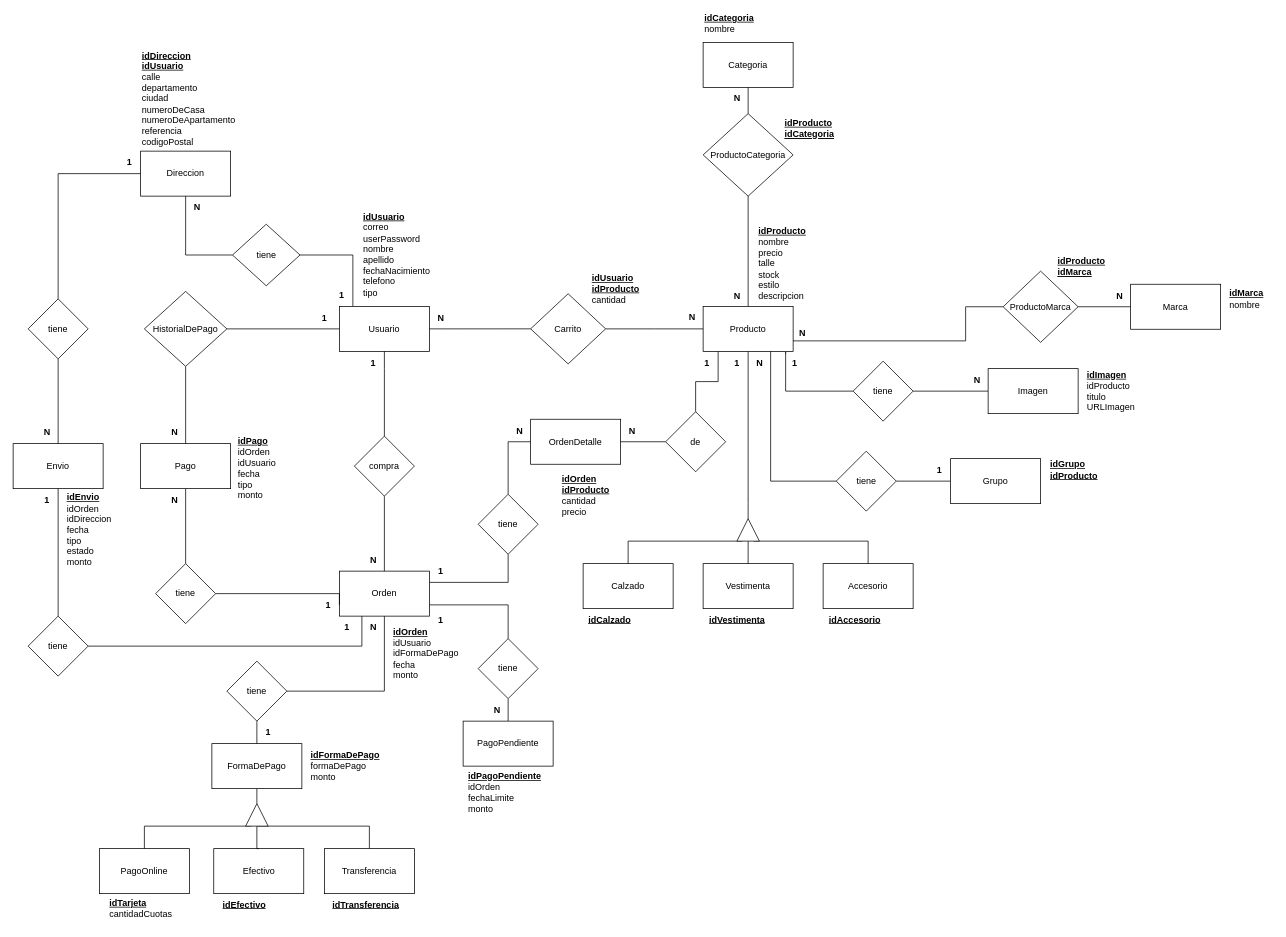
The draw.io diagram documentacion-Ecommerce/MEREcommerce.drawio in YolausGG/ProyectosReact-TrocheGodoy, before the edit. Source tidied: cells renumbered, new cells numbered last; positions are measured from the earlier drawing's top-left corner, leaving out a move shared by most shapes. Both pictures are drawn from the tidied source at 75%, with x=0, y=0 at pixel (13, 16).
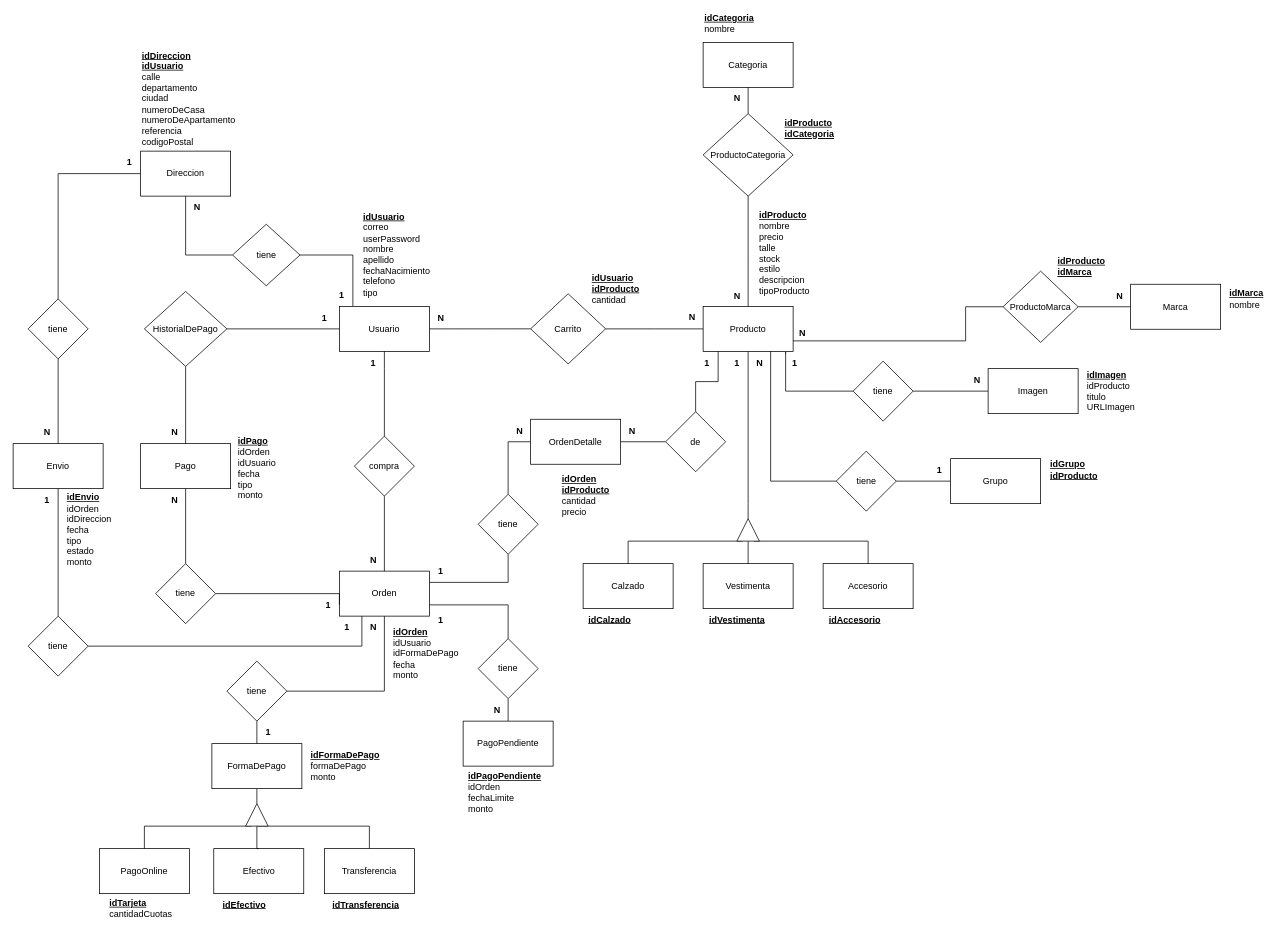
The same page after the edit.

Change to the diagram source:
```diff
@@
-    <mxCell id="29" value="&lt;b style=&quot;border-color: var(--border-color); text-align: center;&quot;&gt;&lt;u style=&quot;border-color: var(--border-color);&quot;&gt;&lt;font style=&quot;border-color: var(--border-color);&quot;&gt;idProducto&lt;/font&gt;&lt;/u&gt;&lt;/b&gt;&lt;span style=&quot;font-weight: normal;&quot;&gt;&lt;br&gt;nombre&lt;br&gt;precio&lt;/span&gt;&lt;div&gt;&lt;span style=&quot;font-weight: normal;&quot;&gt;talle&amp;nbsp;&lt;/span&gt;&lt;/div&gt;&lt;div&gt;&lt;span style=&quot;font-weight: normal;&quot;&gt;stock&lt;/span&gt;&lt;/div&gt;&lt;div&gt;&lt;span style=&quot;font-weight: normal;&quot;&gt;estilo&lt;br&gt;descripcion&lt;br&gt;&lt;/span&gt;&lt;/div&gt;" style="text;html=1;strokeColor=none;fillColor=none;align=left;verticalAlign=middle;whiteSpace=wrap;rounded=0;fontStyle=1;" parent="1" vertex="1">
-      <mxGeometry x="992" y="280" width="100" height="99" as="geometry" />
+    <mxCell id="29" value="&lt;b style=&quot;border-color: var(--border-color); text-align: center;&quot;&gt;&lt;u style=&quot;border-color: var(--border-color);&quot;&gt;&lt;font style=&quot;border-color: var(--border-color);&quot;&gt;idProducto&lt;/font&gt;&lt;/u&gt;&lt;/b&gt;&lt;span style=&quot;font-weight: normal;&quot;&gt;&lt;br&gt;nombre&lt;br&gt;precio&lt;/span&gt;&lt;div&gt;&lt;span style=&quot;font-weight: normal;&quot;&gt;talle&amp;nbsp;&lt;/span&gt;&lt;/div&gt;&lt;div&gt;&lt;span style=&quot;font-weight: normal;&quot;&gt;stock&lt;/span&gt;&lt;/div&gt;&lt;div&gt;&lt;span style=&quot;font-weight: normal;&quot;&gt;estilo&lt;br&gt;descripcion&lt;br&gt;&lt;/span&gt;&lt;/div&gt;&lt;div&gt;&lt;span style=&quot;font-weight: normal;&quot;&gt;tipoProducto&lt;/span&gt;&lt;/div&gt;" style="text;html=1;strokeColor=none;fillColor=none;align=left;verticalAlign=middle;whiteSpace=wrap;rounded=0;fontStyle=1;" parent="1" vertex="1">
+      <mxGeometry x="993" y="261.5" width="98" height="108.8" as="geometry" />
     </mxCell>
```
